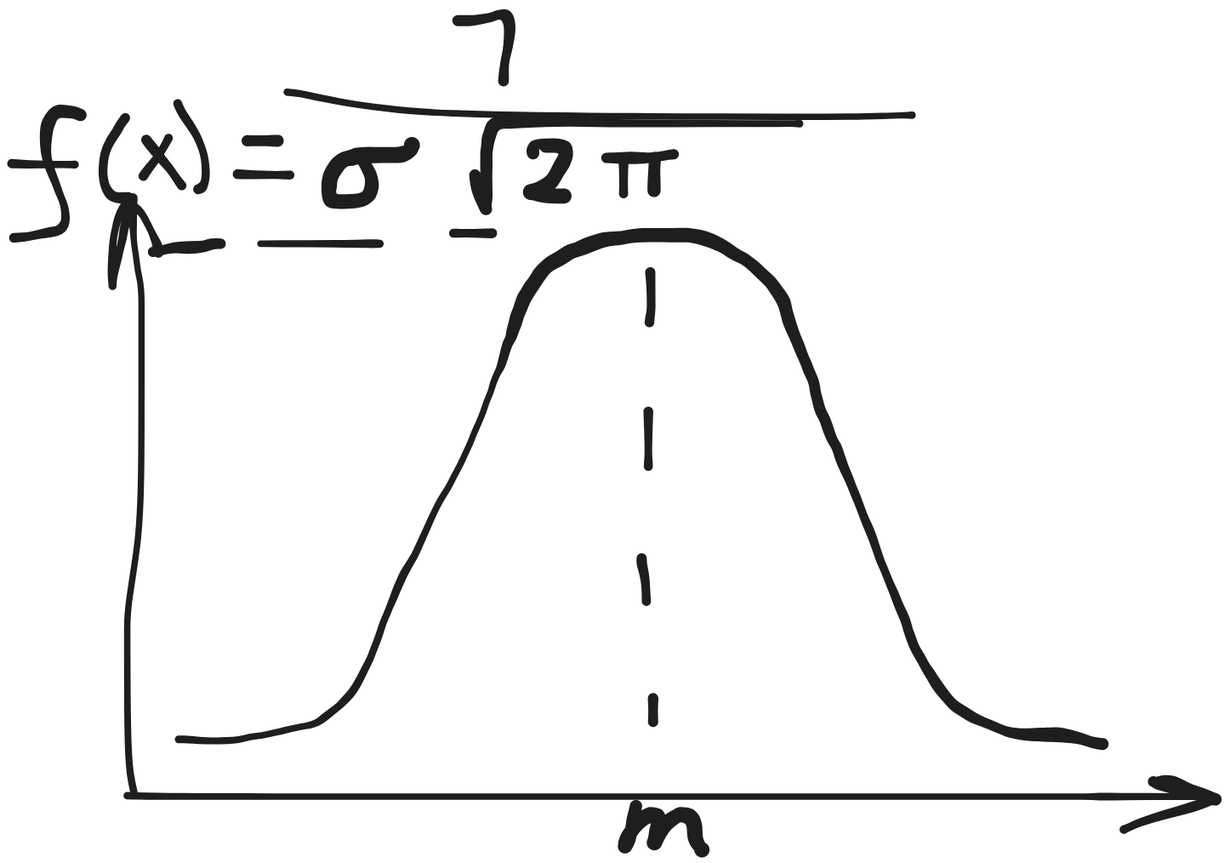
This is probtheo/images/func5.excalidraw.svg from kawazaki42/Noted, a Excalidraw export, as it was before one commit. Source tidied: one line per element, renumbered; positions are measured from the earlier drawing's top-left corner, leaving out a move shared by most shapes.
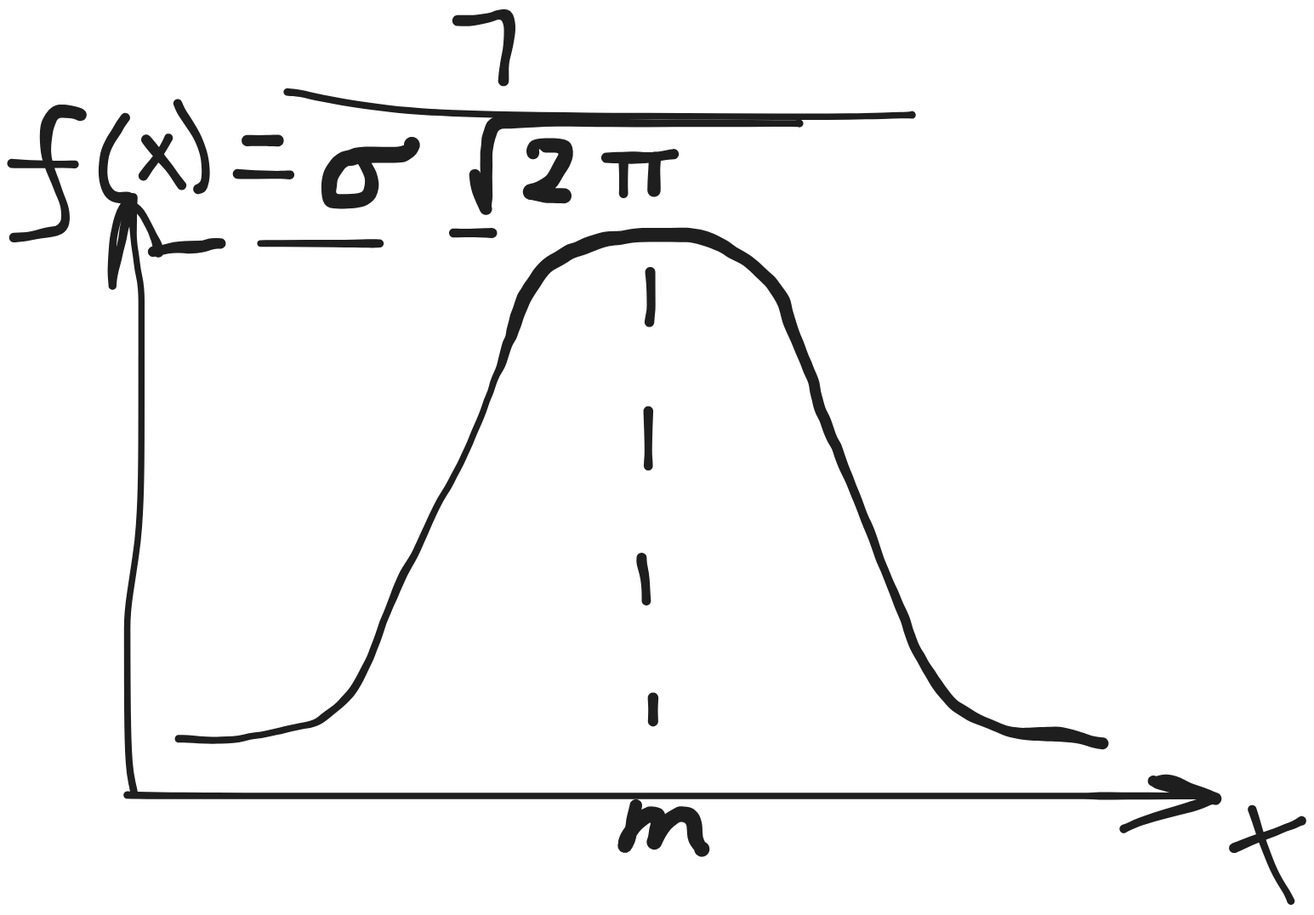
The same file after the commit.

What changed in the source:
```diff
@@ -25,3 +25,5 @@
 {"id": 24, "type": "freedraw", "strokeColor": "#1e1e1e", "strokeWidth": 2, "roughness": 1, "x": 514, "y": 123, "width": 0, "height": 30, "points": [[0, 0], [0, 3], [0, 10], [0, 15], [0, 22], [0, 30], [0, 30], [0, 30]]}
 {"id": 25, "type": "freedraw", "strokeColor": "#1e1e1e", "strokeWidth": 2, "roughness": 1, "x": 540, "y": 122, "width": 2, "height": 28, "points": [[0, 0], [1, 2], [-1, 6], [-1, 11], [-1, 15], [-1, 18], [-1, 21], [-1, 25], [-1, 26], [-1, 28], [-1, 28]]}
 {"id": 26, "type": "freedraw", "strokeColor": "#1e1e1e", "strokeWidth": 2, "roughness": 1, "x": 499, "y": 122, "width": 58, "height": 3, "points": [[0, 0], [3, 0], [7, 0], [10, 0], [12, 0], [15, 0], [18, 0], [25, 0], [32, 0], [44, 0], [53, -2], [56, -3], [58, -3], [58, -3]]}
+{"id": 27, "type": "freedraw", "strokeColor": "#1e1e1e", "strokeWidth": 2, "roughness": 1, "x": 1026, "y": 702, "width": 57, "height": 23, "points": [[0, 0], [1, 0], [10, -2], [24, -10], [32, -13], [42, -16], [50, -20], [54, -20], [56, -20], [56, -21], [57, -23], [57, -23]]}
+{"id": 28, "type": "freedraw", "strokeColor": "#1e1e1e", "strokeWidth": 2, "roughness": 1, "x": 1041, "y": 670, "width": 33, "height": 79, "points": [[0, 0], [0, 0], [1, 1], [1, 7], [6, 17], [10, 34], [15, 44], [21, 59], [28, 69], [33, 76], [33, 79], [33, 79]]}
```
